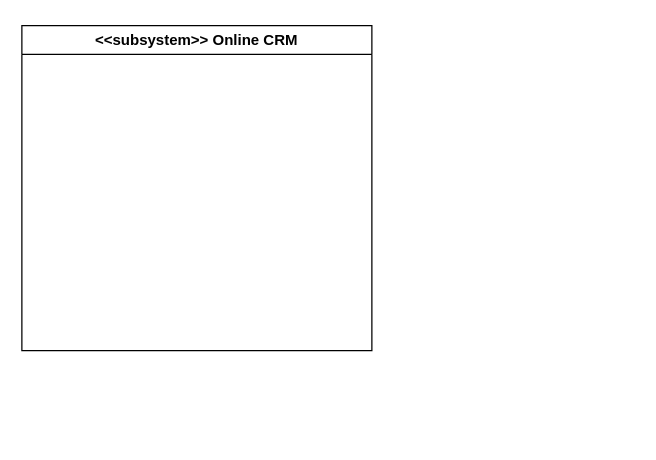
Before: Diagrama sin título.drawio in JuanMartinez1906/Taller-2, a draw.io diagram. Source tidied: cells renumbered, new cells numbered last; positions are measured from the earlier drawing's top-left corner, leaving out a move shared by most shapes. Both pictures are drawn from the tidied source at 125%, with x=0, y=0 at pixel (21, 25).
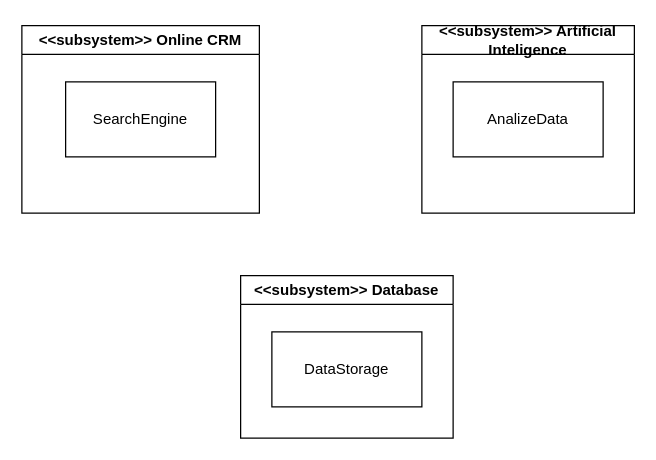
After the change.

Diff of the diagram source:
```diff
@@
 <mxGraphModel>
   <root>
     <mxCell id="0" />
     <mxCell id="1" parent="0" />
     <mxCell id="2" value="&amp;lt;&amp;lt;subsystem&amp;gt;&amp;gt; Online CRM" style="swimlane;whiteSpace=wrap;html=1;" parent="1" vertex="1">
-      <mxGeometry width="280" height="260" as="geometry" />
+      <mxGeometry width="190" height="150" as="geometry" />
     </mxCell>
+    <mxCell id="3" value="SearchEngine" style="rounded=0;whiteSpace=wrap;html=1;" parent="2" vertex="1">
+      <mxGeometry x="35" y="45" width="120" height="60" as="geometry" />
+    </mxCell>
+    <mxCell id="4" value="&amp;lt;&amp;lt;subsystem&amp;gt;&amp;gt; Artificial Inteligence" style="swimlane;whiteSpace=wrap;html=1;" parent="1" vertex="1">
+      <mxGeometry x="320" width="170" height="150" as="geometry" />
+    </mxCell>
+    <mxCell id="5" value="AnalizeData" style="rounded=0;whiteSpace=wrap;html=1;" parent="4" vertex="1">
+      <mxGeometry x="25" y="45" width="120" height="60" as="geometry" />
+    </mxCell>
+    <mxCell id="6" value="&amp;lt;&amp;lt;subsystem&amp;gt;&amp;gt; Database" style="swimlane;whiteSpace=wrap;html=1;" parent="1" vertex="1">
+      <mxGeometry x="175" y="200" width="170" height="130" as="geometry" />
+    </mxCell>
+    <mxCell id="7" value="DataStorage" style="rounded=0;whiteSpace=wrap;html=1;" parent="6" vertex="1">
+      <mxGeometry x="25" y="45" width="120" height="60" as="geometry" />
+    </mxCell>
   </root>
 </mxGraphModel>
```
